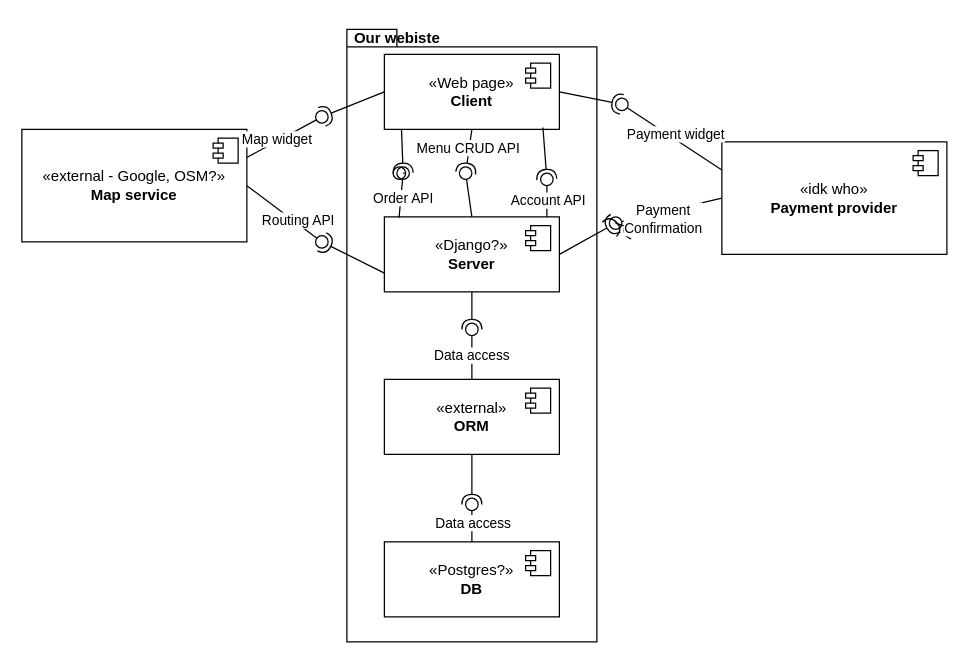
Earlier version of the draw.io diagram docs/architecture/uml/component-diagram.drawio (ukma-cs-ssdm-2025/punkcoders). Source tidied: cells renumbered, new cells numbered last; positions are measured from the earlier drawing's top-left corner, leaving out a move shared by most shapes. Both pictures are drawn from the tidied source at 125%, with x=0, y=0 at pixel (21, 21).
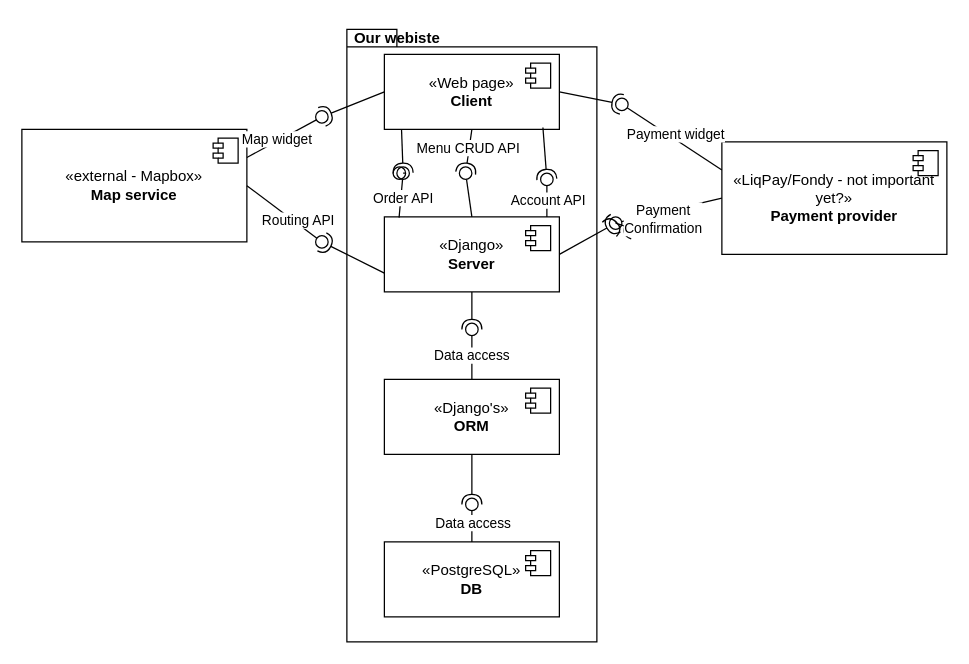
The same diagram, later.

Commit message (it also covers changes not shown here):
update component diagraam with tech stack

The edit, as a diff of the source:
```diff
@@
-    <mxCell id="3" value="«Django?»&lt;br&gt;&lt;b&gt;Server&lt;/b&gt;" style="html=1;whiteSpace=wrap;" parent="1" vertex="1">
+    <mxCell id="3" value="«Django»&lt;br&gt;&lt;b&gt;Server&lt;/b&gt;" style="html=1;whiteSpace=wrap;" parent="1" vertex="1">
       <mxGeometry x="290" y="156" width="140" height="60" as="geometry" />
     </mxCell>
@@
-    <mxCell id="7" value="«external»&lt;br&gt;&lt;b&gt;ORM&lt;/b&gt;" style="html=1;whiteSpace=wrap;" parent="1" vertex="1">
+    <mxCell id="7" value="«Django's»&lt;br&gt;&lt;b&gt;ORM&lt;/b&gt;" style="html=1;whiteSpace=wrap;" parent="1" vertex="1">
       <mxGeometry x="290" y="286" width="140" height="60" as="geometry" />
     </mxCell>
@@
-    <mxCell id="9" value="«Postgres?»&lt;br&gt;&lt;b&gt;DB&lt;/b&gt;" style="html=1;whiteSpace=wrap;" parent="1" vertex="1">
+    <mxCell id="9" value="«PostgreSQL»&lt;br&gt;&lt;b&gt;DB&lt;/b&gt;" style="html=1;whiteSpace=wrap;" parent="1" vertex="1">
       <mxGeometry x="290" y="416" width="140" height="60" as="geometry" />
     </mxCell>
@@
-    <mxCell id="34" value="«external - Google, OSM?»&lt;br&gt;&lt;b&gt;Map service&lt;/b&gt;" style="html=1;whiteSpace=wrap;" parent="1" vertex="1">
+    <mxCell id="34" value="«external - Mapbox»&lt;br&gt;&lt;b&gt;Map service&lt;/b&gt;" style="html=1;whiteSpace=wrap;" parent="1" vertex="1">
       <mxGeometry y="86" width="180" height="90" as="geometry" />
     </mxCell>
@@
-    <mxCell id="44" value="«idk who»&lt;br&gt;&lt;b&gt;Payment provider&lt;/b&gt;" style="html=1;whiteSpace=wrap;" parent="1" vertex="1">
+    <mxCell id="44" value="«LiqPay/Fondy - not important yet?»&lt;br&gt;&lt;b&gt;Payment provider&lt;/b&gt;" style="html=1;whiteSpace=wrap;" parent="1" vertex="1">
       <mxGeometry x="560" y="96" width="180" height="90" as="geometry" />
     </mxCell>
```
